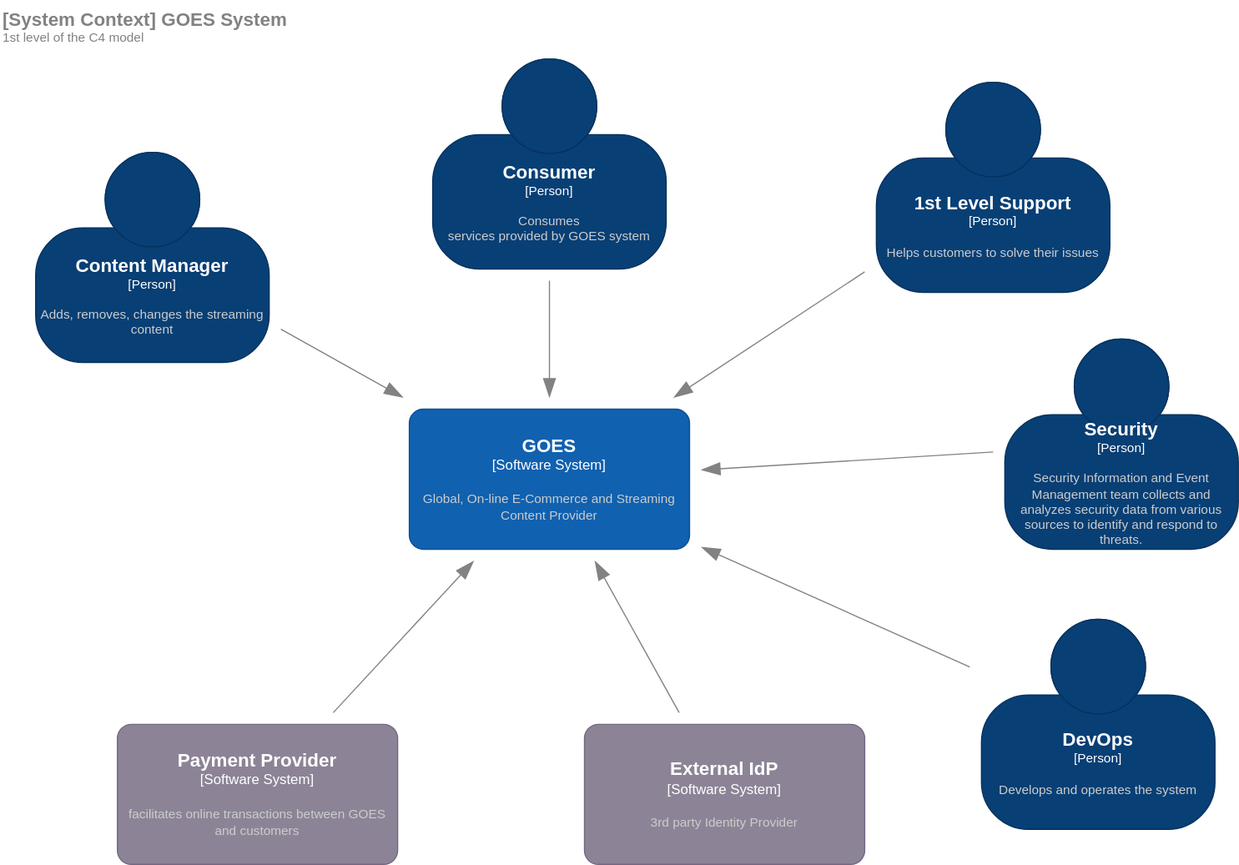
Earlier version of the draw.io export img/Context.drawio.svg (wschaef/goes-architecture). Source tidied: cells renumbered, new cells last; positions are measured from the earlier drawing's top-left corner, leaving out a move shared by most shapes.
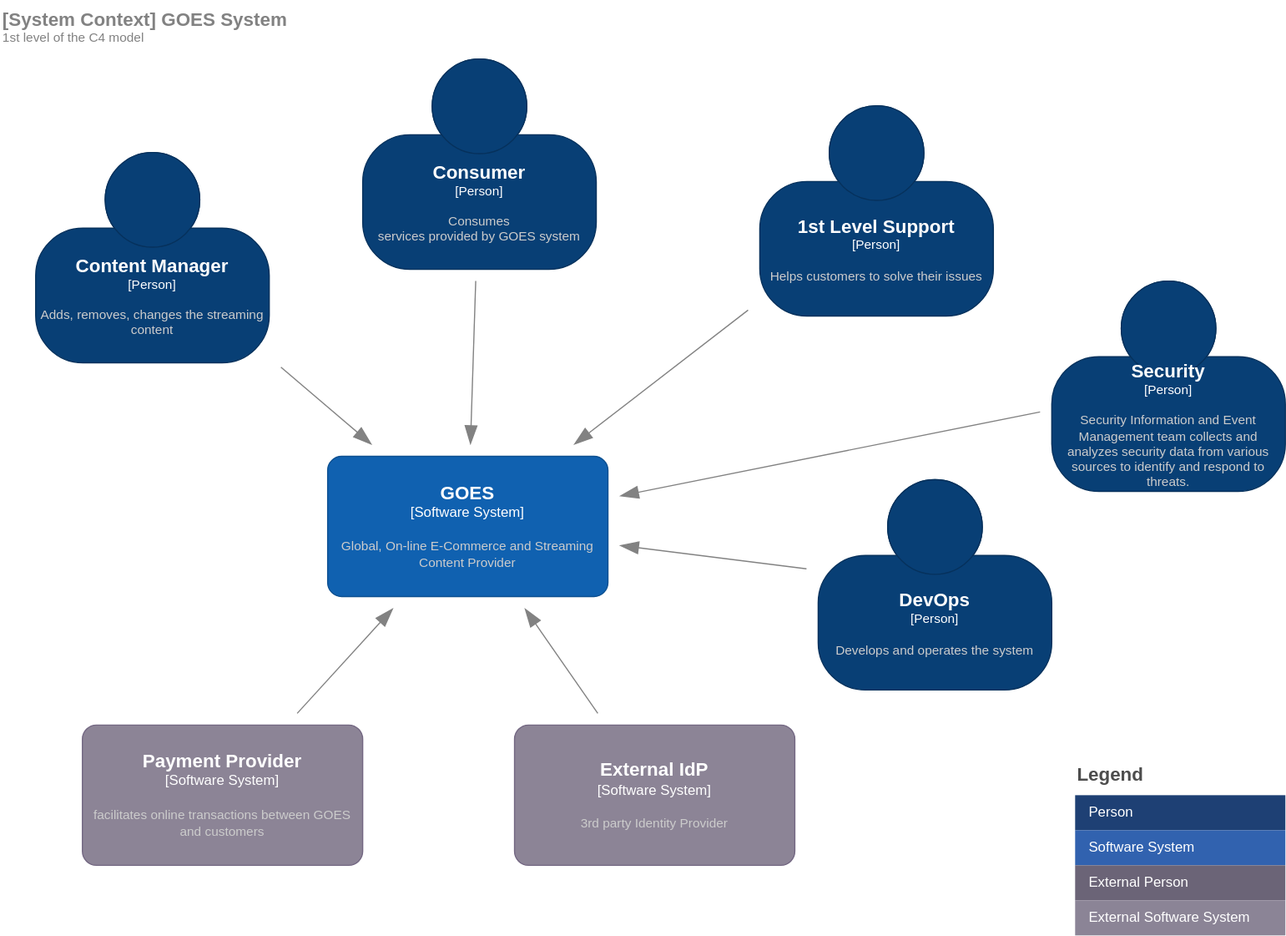
The same diagram one commit later.

Commit message:
clean: make diagrams more consistent

Change to the diagram source:
```diff
@@ -4,7 +4,7 @@
     <mxCell id="1" parent="0" />
     <object id="2" label="&lt;font style=&quot;font-size: 16px&quot;&gt;&lt;b&gt;%c4Name%&lt;/b&gt;&lt;/font&gt;&lt;div&gt;[%c4Type%]&lt;/div&gt;&lt;br&gt;&lt;div&gt;&lt;font style=&quot;font-size: 11px&quot;&gt;&lt;font color=&quot;#cccccc&quot;&gt;%c4Description%&lt;/font&gt;&lt;/div&gt;" c4Description="Global, On-line E-Commerce and Streaming Content Provider" c4Name="GOES" c4Type="Software System" placeholders="1">
       <mxCell style="rounded=1;whiteSpace=wrap;html=1;labelBackgroundColor=none;fillColor=#1061B0;fontColor=#ffffff;align=center;arcSize=10;strokeColor=#0D5091;points=[[0.25,0,0],[0.5,0,0],[0.75,0,0],[1,0.25,0],[1,0.5,0],[1,0.75,0],[0.75,1,0],[0.5,1,0],[0.25,1,0],[0,0.75,0],[0,0.5,0],[0,0.25,0]];" parent="1" vertex="1">
-        <mxGeometry x="350" y="350" width="240" height="120" as="geometry" />
+        <mxGeometry x="280" y="390" width="240" height="120" as="geometry" />
       </mxCell>
     </object>
     <mxCell id="3" style="edgeStyle=none;shape=connector;rounded=0;jumpStyle=arc;jumpSize=16;html=1;labelBackgroundColor=default;strokeColor=#828282;strokeWidth=1;fontFamily=Helvetica;fontSize=10;fontColor=#404040;endArrow=blockThin;endFill=1;startSize=14;endSize=14;sourcePerimeterSpacing=10;targetPerimeterSpacing=10;fillColor=#bac8d3;elbow=vertical;" parent="1" edge="1" source="4" target="2">
@@ -12,7 +12,7 @@
     </mxCell>
     <object id="4" label="&lt;font style=&quot;font-size: 16px&quot;&gt;&lt;b&gt;%c4Name%&lt;/b&gt;&lt;/font&gt;&lt;div&gt;[%c4Type%]&lt;/div&gt;&lt;br&gt;&lt;div&gt;&lt;font style=&quot;font-size: 11px&quot;&gt;&lt;font color=&quot;#cccccc&quot;&gt;%c4Description%&lt;/font&gt;&lt;/div&gt;" c4Description="Consumes&#10; services provided by GOES system" c4Name="Consumer" c4Type="Person" placeholders="1">
       <mxCell style="html=1;fontSize=11;dashed=0;whiteSpace=wrap;fillColor=#083F75;strokeColor=#06315C;fontColor=#ffffff;shape=mxgraph.c4.person2;align=center;points=[[0.5,0,0],[1,0.5,0],[1,0.75,0],[0.75,1,0],[0.5,1,0],[0.25,1,0],[0,0.75,0],[0,0.5,0]];" parent="1" vertex="1">
-        <mxGeometry x="370" y="50" width="200" height="180" as="geometry" />
+        <mxGeometry x="310" y="50" width="200" height="180" as="geometry" />
       </mxCell>
     </object>
     <object id="5" label="&lt;font style=&quot;font-size: 16px&quot;&gt;&lt;b&gt;%c4Name%&lt;/b&gt;&lt;/font&gt;&lt;div&gt;[%c4Type%]&lt;/div&gt;&lt;br&gt;&lt;div&gt;&lt;font style=&quot;font-size: 11px&quot;&gt;&lt;font color=&quot;#cccccc&quot;&gt;%c4Description%&lt;/font&gt;&lt;/div&gt;" c4Description="Adds, removes, changes the streaming content" c4Name="Content Manager" c4Type="Person" placeholders="1">
@@ -25,7 +25,7 @@
     </mxCell>
     <object id="7" label="&lt;font style=&quot;font-size: 16px&quot;&gt;&lt;b&gt;%c4Name%&lt;/b&gt;&lt;/font&gt;&lt;div&gt;[%c4Type%]&lt;/div&gt;&lt;br&gt;&lt;div&gt;&lt;font style=&quot;font-size: 11px&quot;&gt;&lt;font color=&quot;#cccccc&quot;&gt;%c4Description%&lt;/font&gt;&lt;/div&gt;" c4Description="Develops and operates the system" c4Name="DevOps" c4Type="Person" placeholders="1">
       <mxCell style="html=1;fontSize=11;dashed=0;whiteSpace=wrap;fillColor=#083F75;strokeColor=#06315C;fontColor=#ffffff;shape=mxgraph.c4.person2;align=center;points=[[0.5,0,0],[1,0.5,0],[1,0.75,0],[0.75,1,0],[0.5,1,0],[0.25,1,0],[0,0.75,0],[0,0.5,0]];" parent="1" vertex="1">
-        <mxGeometry x="840" y="530" width="200" height="180" as="geometry" />
+        <mxGeometry x="700" y="410" width="200" height="180" as="geometry" />
       </mxCell>
     </object>
     <mxCell id="8" style="edgeStyle=none;shape=connector;rounded=0;jumpStyle=arc;jumpSize=16;html=1;labelBackgroundColor=default;strokeColor=#828282;strokeWidth=1;fontFamily=Helvetica;fontSize=10;fontColor=#404040;endArrow=blockThin;endFill=1;startSize=14;endSize=14;sourcePerimeterSpacing=10;targetPerimeterSpacing=10;fillColor=#bac8d3;elbow=vertical;" parent="1" edge="1" source="9" target="2">
@@ -33,7 +33,7 @@
     </mxCell>
     <object id="9" label="&lt;font style=&quot;font-size: 16px&quot;&gt;&lt;b&gt;%c4Name%&lt;/b&gt;&lt;/font&gt;&lt;div&gt;[%c4Type%]&lt;/div&gt;&lt;br&gt;&lt;div&gt;&lt;font style=&quot;font-size: 11px&quot;&gt;&lt;font color=&quot;#cccccc&quot;&gt;%c4Description%&lt;/font&gt;&lt;/div&gt;" c4Description="facilitates online transactions between GOES and customers" c4Name="Payment Provider" c4Type="Software System" placeholders="1">
       <mxCell style="rounded=1;whiteSpace=wrap;html=1;labelBackgroundColor=none;fillColor=#8C8496;fontColor=#ffffff;align=center;arcSize=10;strokeColor=#736782;points=[[0.25,0,0],[0.5,0,0],[0.75,0,0],[1,0.25,0],[1,0.5,0],[1,0.75,0],[0.75,1,0],[0.5,1,0],[0.25,1,0],[0,0.75,0],[0,0.5,0],[0,0.25,0]];" parent="1" vertex="1">
-        <mxGeometry x="100" y="620" width="240" height="120" as="geometry" />
+        <mxGeometry x="70" y="620" width="240" height="120" as="geometry" />
       </mxCell>
     </object>
     <mxCell id="10" style="edgeStyle=none;shape=connector;rounded=0;jumpStyle=arc;jumpSize=16;html=1;labelBackgroundColor=default;strokeColor=#828282;strokeWidth=1;fontFamily=Helvetica;fontSize=10;fontColor=#404040;endArrow=blockThin;endFill=1;startSize=14;endSize=14;sourcePerimeterSpacing=10;targetPerimeterSpacing=10;fillColor=#bac8d3;elbow=vertical;" parent="1" edge="1" source="11" target="2">
@@ -41,7 +41,7 @@
     </mxCell>
     <object id="11" label="&lt;font style=&quot;font-size: 16px&quot;&gt;&lt;b&gt;%c4Name%&lt;/b&gt;&lt;/font&gt;&lt;div&gt;[%c4Type%]&lt;/div&gt;&lt;br&gt;&lt;div&gt;&lt;font style=&quot;font-size: 11px&quot;&gt;&lt;font color=&quot;#cccccc&quot;&gt;%c4Description%&lt;/font&gt;&lt;/div&gt;" c4Description="3rd party Identity Provider" c4Name="External IdP" c4Type="Software System" placeholders="1">
       <mxCell style="rounded=1;whiteSpace=wrap;html=1;labelBackgroundColor=none;fillColor=#8C8496;fontColor=#ffffff;align=center;arcSize=10;strokeColor=#736782;points=[[0.25,0,0],[0.5,0,0],[0.75,0,0],[1,0.25,0],[1,0.5,0],[1,0.75,0],[0.75,1,0],[0.5,1,0],[0.25,1,0],[0,0.75,0],[0,0.5,0],[0,0.25,0]];" parent="1" vertex="1">
-        <mxGeometry x="500" y="620" width="240" height="120" as="geometry" />
+        <mxGeometry x="440" y="620" width="240" height="120" as="geometry" />
       </mxCell>
     </object>
     <mxCell id="12" style="edgeStyle=none;shape=connector;rounded=0;jumpStyle=arc;jumpSize=16;html=1;labelBackgroundColor=default;strokeColor=#828282;strokeWidth=1;fontFamily=Helvetica;fontSize=10;fontColor=#404040;endArrow=blockThin;endFill=1;startSize=14;endSize=14;sourcePerimeterSpacing=10;targetPerimeterSpacing=10;fillColor=#bac8d3;elbow=vertical;" parent="1" edge="1" source="13" target="2">
@@ -49,7 +49,7 @@
     </mxCell>
     <object id="13" label="&lt;font style=&quot;font-size: 16px&quot;&gt;&lt;b&gt;%c4Name%&lt;/b&gt;&lt;/font&gt;&lt;div&gt;[%c4Type%]&lt;/div&gt;&lt;br&gt;&lt;div&gt;&lt;font style=&quot;font-size: 11px&quot;&gt;&lt;font color=&quot;#cccccc&quot;&gt;%c4Description%&lt;/font&gt;&lt;/div&gt;" c4Description="Helps customers to solve their issues" c4Name="1st Level Support" c4Type="Person" placeholders="1">
       <mxCell style="html=1;fontSize=11;dashed=0;whiteSpace=wrap;fillColor=#083F75;strokeColor=#06315C;fontColor=#ffffff;shape=mxgraph.c4.person2;align=center;points=[[0.5,0,0],[1,0.5,0],[1,0.75,0],[0.75,1,0],[0.5,1,0],[0.25,1,0],[0,0.75,0],[0,0.5,0]];" parent="1" vertex="1">
-        <mxGeometry x="750" y="70" width="200" height="180" as="geometry" />
+        <mxGeometry x="650" y="90" width="200" height="180" as="geometry" />
       </mxCell>
     </object>
     <mxCell id="14" style="edgeStyle=none;shape=connector;rounded=0;jumpStyle=arc;jumpSize=16;html=1;labelBackgroundColor=default;strokeColor=#828282;strokeWidth=1;fontFamily=Helvetica;fontSize=10;fontColor=#404040;endArrow=blockThin;endFill=1;startSize=14;endSize=14;sourcePerimeterSpacing=10;targetPerimeterSpacing=10;fillColor=#bac8d3;elbow=vertical;" parent="1" edge="1" source="15" target="2">
@@ -57,7 +57,7 @@
     </mxCell>
     <object id="15" label="&lt;font style=&quot;font-size: 16px&quot;&gt;&lt;b&gt;%c4Name%&lt;/b&gt;&lt;/font&gt;&lt;div&gt;[%c4Type%]&lt;/div&gt;&lt;br&gt;&lt;div&gt;&lt;font style=&quot;font-size: 11px&quot;&gt;&lt;font color=&quot;#cccccc&quot;&gt;%c4Description%&lt;/font&gt;&lt;/div&gt;" c4Description="Security Information and Event Management team collects and analyzes security data from various sources to identify and respond to threats." c4Name="Security" c4Type="Person" placeholders="1">
       <mxCell style="html=1;fontSize=11;dashed=0;whiteSpace=wrap;fillColor=#083F75;strokeColor=#06315C;fontColor=#ffffff;shape=mxgraph.c4.person2;align=center;points=[[0.5,0,0],[1,0.5,0],[1,0.75,0],[0.75,1,0],[0.5,1,0],[0.25,1,0],[0,0.75,0],[0,0.5,0]];" parent="1" vertex="1">
-        <mxGeometry x="860" y="290" width="200" height="180" as="geometry" />
+        <mxGeometry x="900" y="240" width="200" height="180" as="geometry" />
       </mxCell>
     </object>
     <object id="16" label="" c4Type="Relationship" placeholders="1">
@@ -70,5 +70,23 @@
         <mxGeometry width="260" height="40" as="geometry" />
       </mxCell>
     </object>
+    <mxCell id="18" value="Legend" style="align=left;fontSize=16;fontStyle=1;strokeColor=none;fillColor=none;fontColor=#4D4D4D;spacingTop=-8;" parent="1" vertex="1">
+      <mxGeometry x="920" y="650" width="180" height="30" as="geometry" />
+    </mxCell>
+    <mxCell id="19" style="shape=table;html=1;whiteSpace=wrap;startSize=0;fillColor=none;align=left;spacingLeft=10;strokeColor=none;rounded=1;arcSize=11;fontColor=#FFFFFF;" parent="1" vertex="1">
+      <mxGeometry x="920" y="680" width="180" height="120" as="geometry" />
+    </mxCell>
+    <mxCell id="20" value="Person" style="shape=partialRectangle;html=1;whiteSpace=wrap;fillColor=#1E4074;top=0;left=0;bottom=0;right=0;overflow=hidden;align=left;spacingLeft=10;strokeColor=none;fontColor=#FFFFFF;" parent="19" vertex="1">
+      <mxGeometry width="180" height="30" as="geometry" />
+    </mxCell>
+    <mxCell id="21" value="Software System" style="shape=partialRectangle;html=1;whiteSpace=wrap;fillColor=#3162AF;top=0;left=0;bottom=0;right=0;overflow=hidden;align=left;spacingLeft=10;fontColor=#FFFFFF;" parent="19" vertex="1">
+      <mxGeometry y="30" width="180" height="30" as="geometry" />
+    </mxCell>
+    <mxCell id="22" value="External Person" style="shape=partialRectangle;html=1;whiteSpace=wrap;fillColor=#6B6477;top=0;left=0;bottom=0;right=0;overflow=hidden;align=left;spacingLeft=10;fontColor=#FFFFFF;" parent="19" vertex="1">
+      <mxGeometry y="60" width="180" height="30" as="geometry" />
+    </mxCell>
+    <mxCell id="23" value="External Software System" style="shape=partialRectangle;html=1;whiteSpace=wrap;fillColor=#8B8496;top=0;left=0;bottom=0;right=0;overflow=hidden;align=left;spacingLeft=10;fontColor=#FFFFFF;" parent="19" vertex="1">
+      <mxGeometry y="90" width="180" height="30" as="geometry" />
+    </mxCell>
   </root>
 </mxGraphModel>
```
